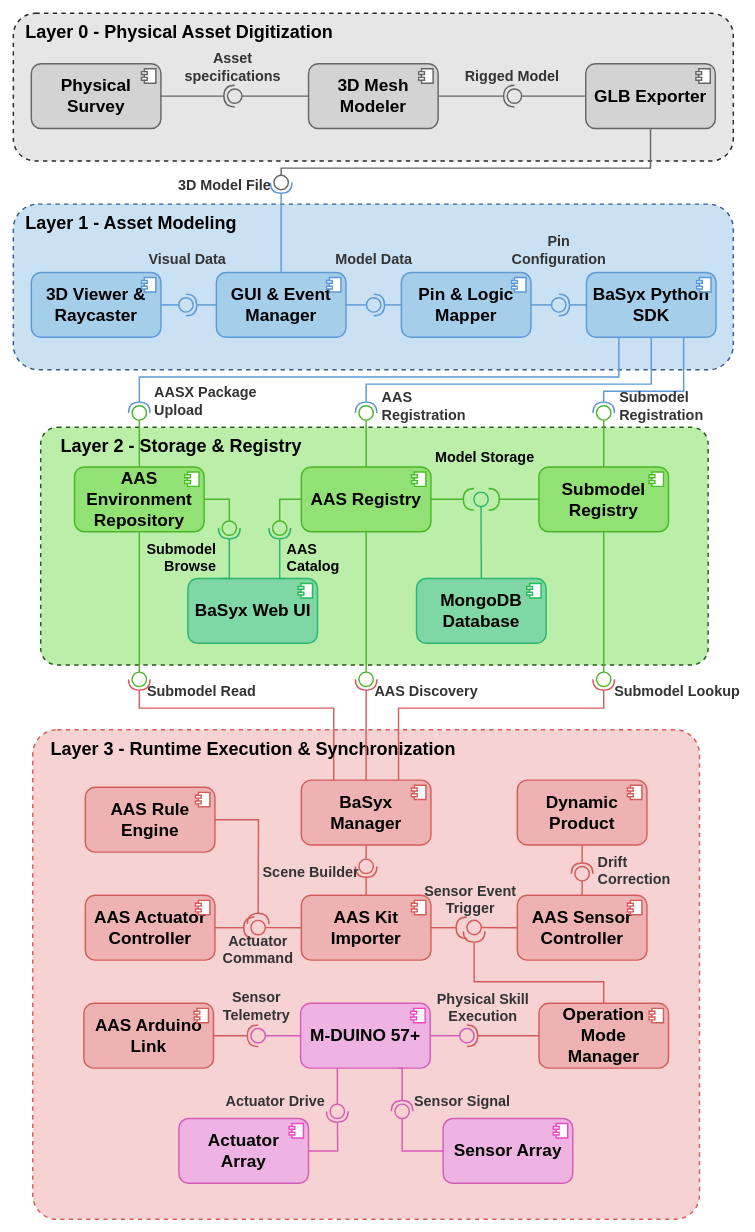
This is Paper/figures/drawio/Implementacao_paper.drawio from TSGouveia/Tese, a draw.io file, before an edit. Source tidied: cells renumbered, new cells numbered last; positions are measured from the earlier drawing's top-left corner, leaving out a move shared by most shapes. Both pictures are drawn from the tidied source at 72%, with x=0, y=0 at pixel (13, 13).
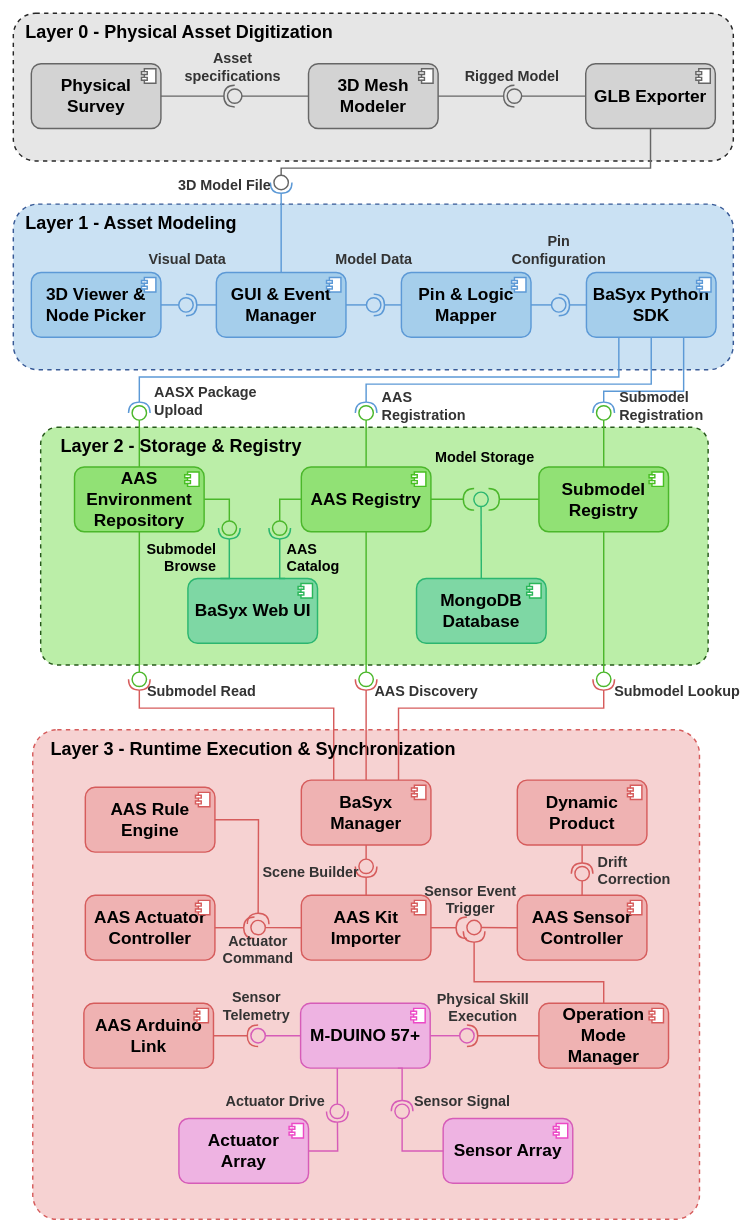
The same diagram, later.

What changed in the source:
```diff
@@
-    <mxCell id="4" value="3D Viewer &amp;amp; Raycaster" style="html=1;whiteSpace=wrap;rounded=1;fontSize=24;fontFamily=Helvetica;fillColor=#A5CEEB;strokeColor=#5C99D6;strokeWidth=2;fontStyle=1;spacingTop=0;spacingLeft=6;spacingRight=6;" parent="1" vertex="1">
+    <mxCell id="4" value="3D Viewer &amp;amp; Node Picker" style="html=1;whiteSpace=wrap;rounded=1;fontSize=24;fontFamily=Helvetica;fillColor=#A5CEEB;strokeColor=#5C99D6;strokeWidth=2;fontStyle=1;spacingTop=0;spacingLeft=6;spacingRight=6;" parent="1" vertex="1">
       <mxGeometry x="25" y="360" width="180" height="90" as="geometry" />
     </mxCell>
```
